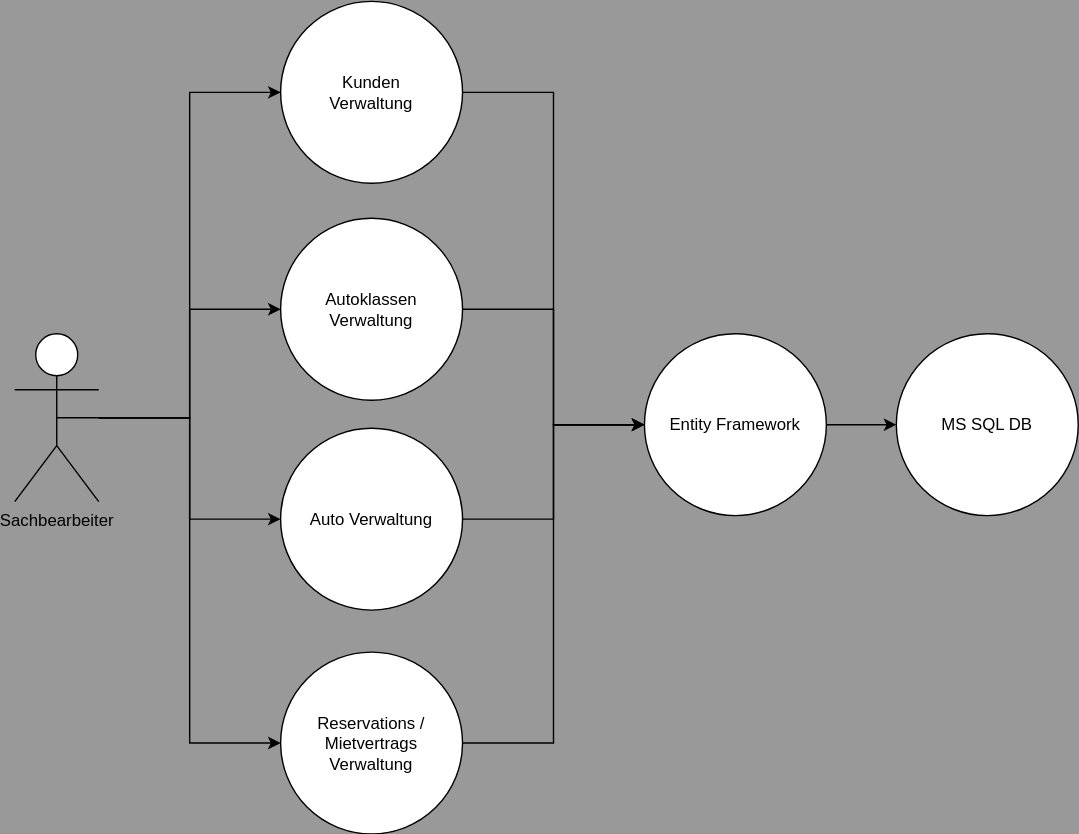
This is docs/images/komponenten.drawio.svg from rawi96/ZbwCarRentApi, a draw.io export, as it was before one commit. Source tidied: cells renumbered, new cells last; positions are measured from the earlier drawing's top-left corner, leaving out a move shared by most shapes.
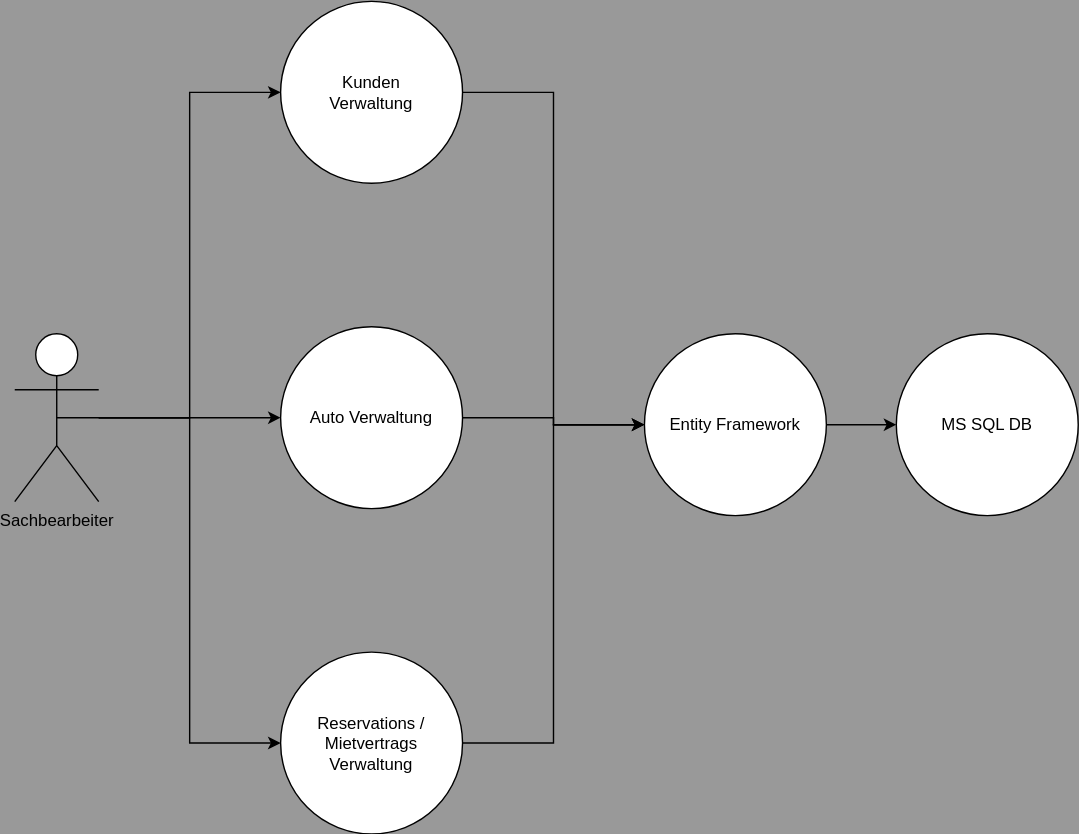
The same file after the commit.

Diff of the diagram source:
```diff
@@ -5,9 +5,6 @@
     <mxCell id="2" style="edgeStyle=orthogonalEdgeStyle;rounded=0;jettySize=auto;html=1;entryX=0;entryY=0.5;entryDx=0;entryDy=0;" parent="1" edge="1" source="6" target="8">
       <mxGeometry relative="1" as="geometry" />
     </mxCell>
-    <mxCell id="3" style="edgeStyle=orthogonalEdgeStyle;rounded=0;jettySize=auto;html=1;entryX=0;entryY=0.5;entryDx=0;entryDy=0;" parent="1" edge="1" source="6" target="10">
-      <mxGeometry relative="1" as="geometry" />
-    </mxCell>
     <mxCell id="4" style="edgeStyle=orthogonalEdgeStyle;rounded=0;jettySize=auto;html=1;entryX=0;entryY=0.5;entryDx=0;entryDy=0;" parent="1" edge="1" source="6" target="12">
       <mxGeometry relative="1" as="geometry" />
     </mxCell>
@@ -23,17 +20,11 @@
     <mxCell id="8" value="Kunden&lt;br&gt;Verwaltung" style="ellipse;whiteSpace=wrap;html=1;" parent="1" vertex="1">
       <mxGeometry x="190" y="0.5" width="130" height="130" as="geometry" />
     </mxCell>
-    <mxCell id="9" style="edgeStyle=orthogonalEdgeStyle;rounded=0;jettySize=auto;html=1;entryX=0;entryY=0.5;entryDx=0;entryDy=0;" parent="1" edge="1" source="10" target="16">
-      <mxGeometry relative="1" as="geometry" />
-    </mxCell>
-    <mxCell id="10" value="Autoklassen Verwaltung" style="ellipse;whiteSpace=wrap;html=1;" parent="1" vertex="1">
-      <mxGeometry x="190" y="155.5" width="130" height="130" as="geometry" />
-    </mxCell>
     <mxCell id="11" style="edgeStyle=orthogonalEdgeStyle;rounded=0;jettySize=auto;html=1;entryX=0;entryY=0.5;entryDx=0;entryDy=0;" parent="1" edge="1" source="12" target="16">
       <mxGeometry relative="1" as="geometry" />
     </mxCell>
     <mxCell id="12" value="Auto Verwaltung" style="ellipse;whiteSpace=wrap;html=1;" parent="1" vertex="1">
-      <mxGeometry x="190" y="305.5" width="130" height="130" as="geometry" />
+      <mxGeometry x="190" y="233" width="130" height="130" as="geometry" />
     </mxCell>
     <mxCell id="13" style="edgeStyle=orthogonalEdgeStyle;rounded=0;jettySize=auto;html=1;entryX=0;entryY=0.5;entryDx=0;entryDy=0;" parent="1" edge="1" source="14" target="16">
       <mxGeometry relative="1" as="geometry" />
```
